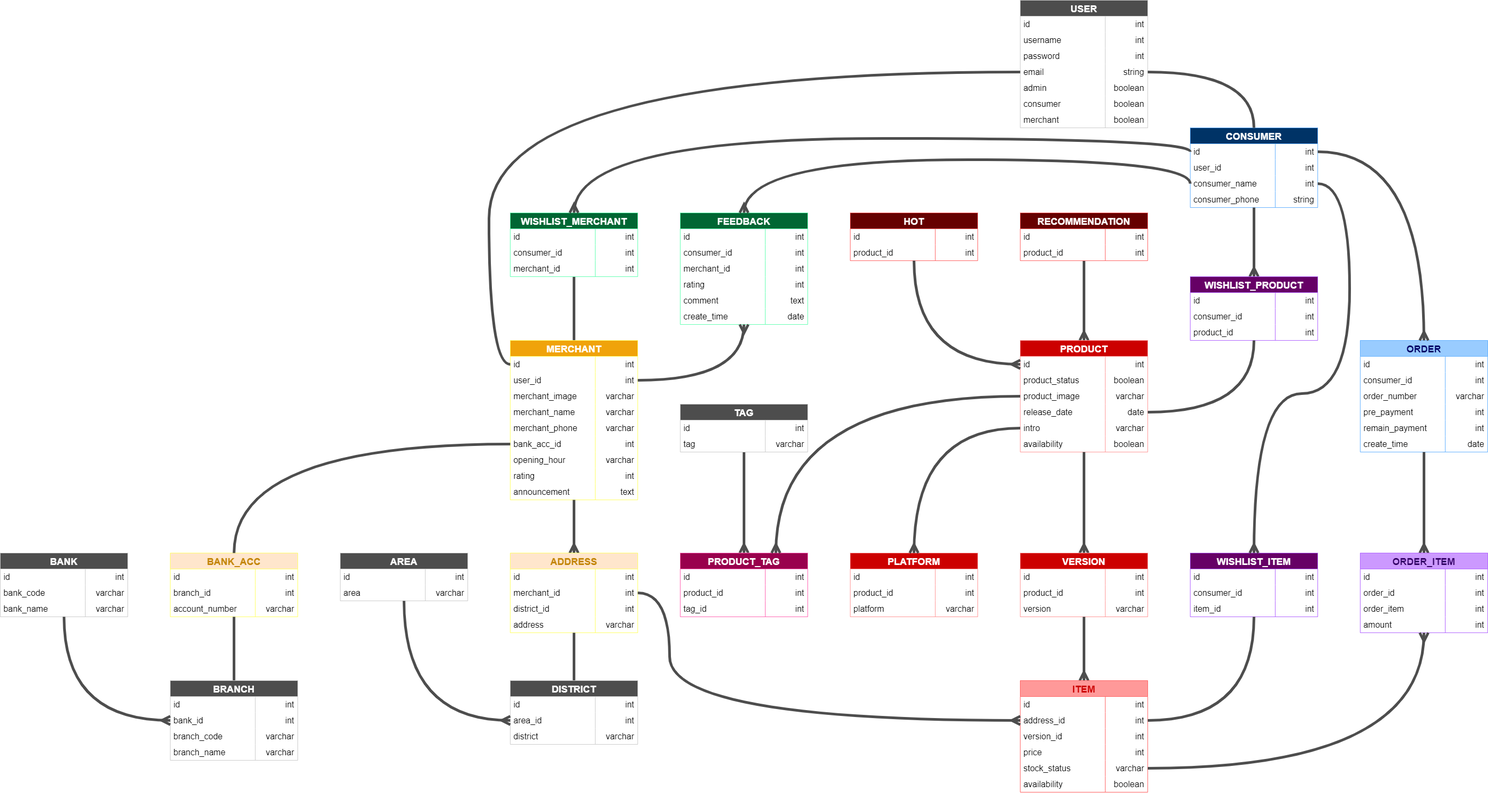
Earlier version of the draw.io export guideline/sql_diagram/erd.png (Wils0nLin/FRD-Project). Source tidied: cells renumbered, new cells last; positions are measured from the earlier drawing's top-left corner, leaving out a move shared by most shapes.
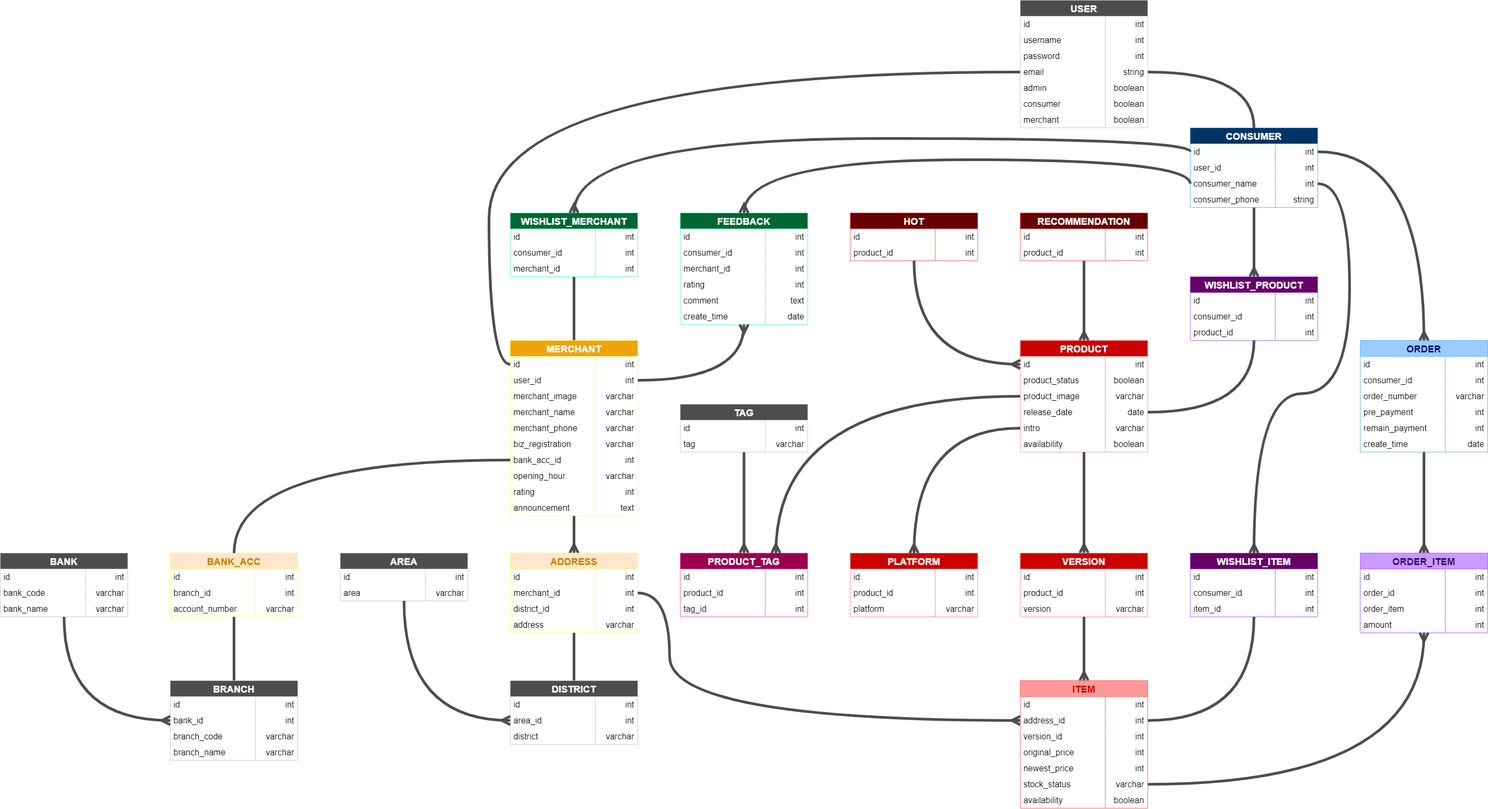
After the commit.

Change to the diagram source:
```diff
@@ -305,7 +305,7 @@
       <mxGeometry relative="1" as="geometry" />
     </mxCell>
     <mxCell id="102" value="MERCHANT" style="shape=table;startSize=30;rowLines=0;fontStyle=1;fontSize=18;labelBackgroundColor=none;fillColor=#F0A30A;fontColor=#FFFFFF;strokeColor=#FFFF66;swimlaneFillColor=default;" parent="1" vertex="1">
-      <mxGeometry x="960" y="640" width="240" height="300" as="geometry" />
+      <mxGeometry x="960" y="640" width="240" height="330" as="geometry" />
     </mxCell>
     <mxCell id="103" style="shape=tableRow;horizontal=0;startSize=0;swimlaneHead=0;swimlaneBody=0;top=0;left=0;bottom=0;right=0;fillColor=none;points=[[0,0.5],[1,0.5]];portConstraint=eastwest;" parent="102" vertex="1">
       <mxGeometry y="30" width="240" height="30" as="geometry" />
@@ -352,8 +352,17 @@
     <mxCell id="117" value="varchar&amp;nbsp;" style="shape=partialRectangle;html=1;whiteSpace=wrap;fillColor=none;top=0;left=0;bottom=0;right=0;align=right;spacingLeft=6;overflow=hidden;fontSize=16;" parent="115" vertex="1">
       <mxGeometry x="160" width="80" height="30" as="geometry" />
     </mxCell>
+    <mxCell id="325" style="shape=tableRow;horizontal=0;startSize=0;swimlaneHead=0;swimlaneBody=0;top=0;left=0;bottom=0;right=0;fillColor=none;" parent="102" vertex="1">
+      <mxGeometry y="180" width="240" height="30" as="geometry" />
+    </mxCell>
+    <mxCell id="326" value="&amp;nbsp;biz_registration" style="shape=partialRectangle;html=1;whiteSpace=wrap;fillColor=none;top=0;left=0;bottom=0;right=0;overflow=hidden;fontSize=16;align=left;" parent="325" vertex="1">
+      <mxGeometry width="160" height="30" as="geometry" />
+    </mxCell>
+    <mxCell id="327" value="varchar&amp;nbsp;" style="shape=partialRectangle;html=1;whiteSpace=wrap;fillColor=none;top=0;left=0;bottom=0;right=0;align=right;spacingLeft=6;overflow=hidden;fontSize=16;" parent="325" vertex="1">
+      <mxGeometry x="160" width="80" height="30" as="geometry" />
+    </mxCell>
     <mxCell id="118" style="shape=tableRow;horizontal=0;startSize=0;swimlaneHead=0;swimlaneBody=0;top=0;left=0;bottom=0;right=0;fillColor=none;points=[[0,0.5],[1,0.5]];portConstraint=eastwest;" parent="102" vertex="1">
-      <mxGeometry y="180" width="240" height="30" as="geometry" />
+      <mxGeometry y="210" width="240" height="30" as="geometry" />
     </mxCell>
     <mxCell id="119" value="&amp;nbsp;bank_acc_id" style="shape=partialRectangle;html=1;whiteSpace=wrap;fillColor=none;top=0;left=0;bottom=0;right=0;overflow=hidden;fontSize=16;align=left;" parent="118" vertex="1">
       <mxGeometry width="160" height="30" as="geometry" />
@@ -362,7 +371,7 @@
       <mxGeometry x="160" width="80" height="30" as="geometry" />
     </mxCell>
     <mxCell id="121" style="shape=tableRow;horizontal=0;startSize=0;swimlaneHead=0;swimlaneBody=0;top=0;left=0;bottom=0;right=0;fillColor=none;" parent="102" vertex="1">
-      <mxGeometry y="210" width="240" height="30" as="geometry" />
+      <mxGeometry y="240" width="240" height="30" as="geometry" />
     </mxCell>
     <mxCell id="122" value="&amp;nbsp;opening_hour" style="shape=partialRectangle;html=1;whiteSpace=wrap;fillColor=none;top=0;left=0;bottom=0;right=0;overflow=hidden;fontSize=16;align=left;" parent="121" vertex="1">
       <mxGeometry width="160" height="30" as="geometry" />
@@ -371,7 +380,7 @@
       <mxGeometry x="160" width="80" height="30" as="geometry" />
     </mxCell>
     <mxCell id="124" style="shape=tableRow;horizontal=0;startSize=0;swimlaneHead=0;swimlaneBody=0;top=0;left=0;bottom=0;right=0;fillColor=none;" parent="102" vertex="1">
-      <mxGeometry y="240" width="240" height="30" as="geometry" />
+      <mxGeometry y="270" width="240" height="30" as="geometry" />
     </mxCell>
     <mxCell id="125" value="&amp;nbsp;rating" style="shape=partialRectangle;html=1;whiteSpace=wrap;fillColor=none;top=0;left=0;bottom=0;right=0;overflow=hidden;fontSize=16;align=left;" parent="124" vertex="1">
       <mxGeometry width="160" height="30" as="geometry" />
@@ -380,7 +389,7 @@
       <mxGeometry x="160" width="80" height="30" as="geometry" />
     </mxCell>
     <mxCell id="127" style="shape=tableRow;horizontal=0;startSize=0;swimlaneHead=0;swimlaneBody=0;top=0;left=0;bottom=0;right=0;fillColor=none;" parent="102" vertex="1">
-      <mxGeometry y="270" width="240" height="30" as="geometry" />
+      <mxGeometry y="300" width="240" height="30" as="geometry" />
     </mxCell>
     <mxCell id="128" value="&amp;nbsp;announcement&lt;div style=&quot;display:none&quot; id=&quot;SDCloudData&quot;&gt;&lt;/div&gt;" style="shape=partialRectangle;html=1;whiteSpace=wrap;fillColor=none;top=0;left=0;bottom=0;right=0;overflow=hidden;fontSize=16;align=left;" parent="127" vertex="1">
       <mxGeometry width="160" height="30" as="geometry" />
@@ -671,7 +680,7 @@
       <mxGeometry relative="1" as="geometry" />
     </mxCell>
     <mxCell id="224" value="ITEM" style="shape=table;startSize=30;rowLines=0;fontStyle=1;fontSize=18;labelBackgroundColor=none;fillColor=#FF9999;fontColor=#CC0000;strokeColor=#FF6666;swimlaneFillColor=default;" parent="1" vertex="1">
-      <mxGeometry x="1920" y="1280" width="240" height="210" as="geometry" />
+      <mxGeometry x="1920" y="1280" width="240" height="240" as="geometry" />
     </mxCell>
     <mxCell id="225" style="shape=tableRow;horizontal=0;startSize=0;swimlaneHead=0;swimlaneBody=0;top=0;left=0;bottom=0;right=0;fillColor=none;" parent="224" vertex="1">
       <mxGeometry y="30" width="240" height="30" as="geometry" />
@@ -700,17 +709,26 @@
     <mxCell id="233" value="int&amp;nbsp;" style="shape=partialRectangle;html=1;whiteSpace=wrap;fillColor=none;top=0;left=0;bottom=0;right=0;align=right;spacingLeft=6;overflow=hidden;fontSize=16;" parent="231" vertex="1">
       <mxGeometry x="160" width="80" height="30" as="geometry" />
     </mxCell>
+    <mxCell id="328" style="shape=tableRow;horizontal=0;startSize=0;swimlaneHead=0;swimlaneBody=0;top=0;left=0;bottom=0;right=0;fillColor=none;" parent="224" vertex="1">
+      <mxGeometry y="120" width="240" height="30" as="geometry" />
+    </mxCell>
+    <mxCell id="329" value="&amp;nbsp;original_price" style="shape=partialRectangle;html=1;whiteSpace=wrap;fillColor=none;top=0;left=0;bottom=0;right=0;overflow=hidden;fontSize=16;align=left;" parent="328" vertex="1">
+      <mxGeometry width="160" height="30" as="geometry" />
+    </mxCell>
+    <mxCell id="330" value="int&amp;nbsp;" style="shape=partialRectangle;html=1;whiteSpace=wrap;fillColor=none;top=0;left=0;bottom=0;right=0;align=right;spacingLeft=6;overflow=hidden;fontSize=16;" parent="328" vertex="1">
+      <mxGeometry x="160" width="80" height="30" as="geometry" />
+    </mxCell>
     <mxCell id="234" style="shape=tableRow;horizontal=0;startSize=0;swimlaneHead=0;swimlaneBody=0;top=0;left=0;bottom=0;right=0;fillColor=none;" parent="224" vertex="1">
-      <mxGeometry y="120" width="240" height="30" as="geometry" />
+      <mxGeometry y="150" width="240" height="30" as="geometry" />
     </mxCell>
-    <mxCell id="235" value="&amp;nbsp;price" style="shape=partialRectangle;html=1;whiteSpace=wrap;fillColor=none;top=0;left=0;bottom=0;right=0;overflow=hidden;fontSize=16;align=left;" parent="234" vertex="1">
+    <mxCell id="235" value="&amp;nbsp;newest_price" style="shape=partialRectangle;html=1;whiteSpace=wrap;fillColor=none;top=0;left=0;bottom=0;right=0;overflow=hidden;fontSize=16;align=left;" parent="234" vertex="1">
       <mxGeometry width="160" height="30" as="geometry" />
     </mxCell>
     <mxCell id="236" value="int&amp;nbsp;" style="shape=partialRectangle;html=1;whiteSpace=wrap;fillColor=none;top=0;left=0;bottom=0;right=0;align=right;spacingLeft=6;overflow=hidden;fontSize=16;" parent="234" vertex="1">
       <mxGeometry x="160" width="80" height="30" as="geometry" />
     </mxCell>
     <mxCell id="237" style="shape=tableRow;horizontal=0;startSize=0;swimlaneHead=0;swimlaneBody=0;top=0;left=0;bottom=0;right=0;fillColor=none;points=[[0,0.5],[1,0.5]];portConstraint=eastwest;" parent="224" vertex="1">
-      <mxGeometry y="150" width="240" height="30" as="geometry" />
+      <mxGeometry y="180" width="240" height="30" as="geometry" />
     </mxCell>
     <mxCell id="238" value="&amp;nbsp;stock_status" style="shape=partialRectangle;html=1;whiteSpace=wrap;fillColor=none;top=0;left=0;bottom=0;right=0;overflow=hidden;fontSize=16;align=left;" parent="237" vertex="1">
       <mxGeometry width="160" height="30" as="geometry" />
@@ -719,7 +737,7 @@
       <mxGeometry x="160" width="80" height="30" as="geometry" />
     </mxCell>
     <mxCell id="240" style="shape=tableRow;horizontal=0;startSize=0;swimlaneHead=0;swimlaneBody=0;top=0;left=0;bottom=0;right=0;fillColor=none;" parent="224" vertex="1">
-      <mxGeometry y="180" width="240" height="30" as="geometry" />
+      <mxGeometry y="210" width="240" height="30" as="geometry" />
     </mxCell>
     <mxCell id="241" value="&amp;nbsp;availability&lt;div style=&quot;display:none&quot; id=&quot;SDCloudData&quot;&gt;&lt;/div&gt;" style="shape=partialRectangle;html=1;whiteSpace=wrap;fillColor=none;top=0;left=0;bottom=0;right=0;overflow=hidden;fontSize=16;align=left;" parent="240" vertex="1">
       <mxGeometry width="160" height="30" as="geometry" />
```
